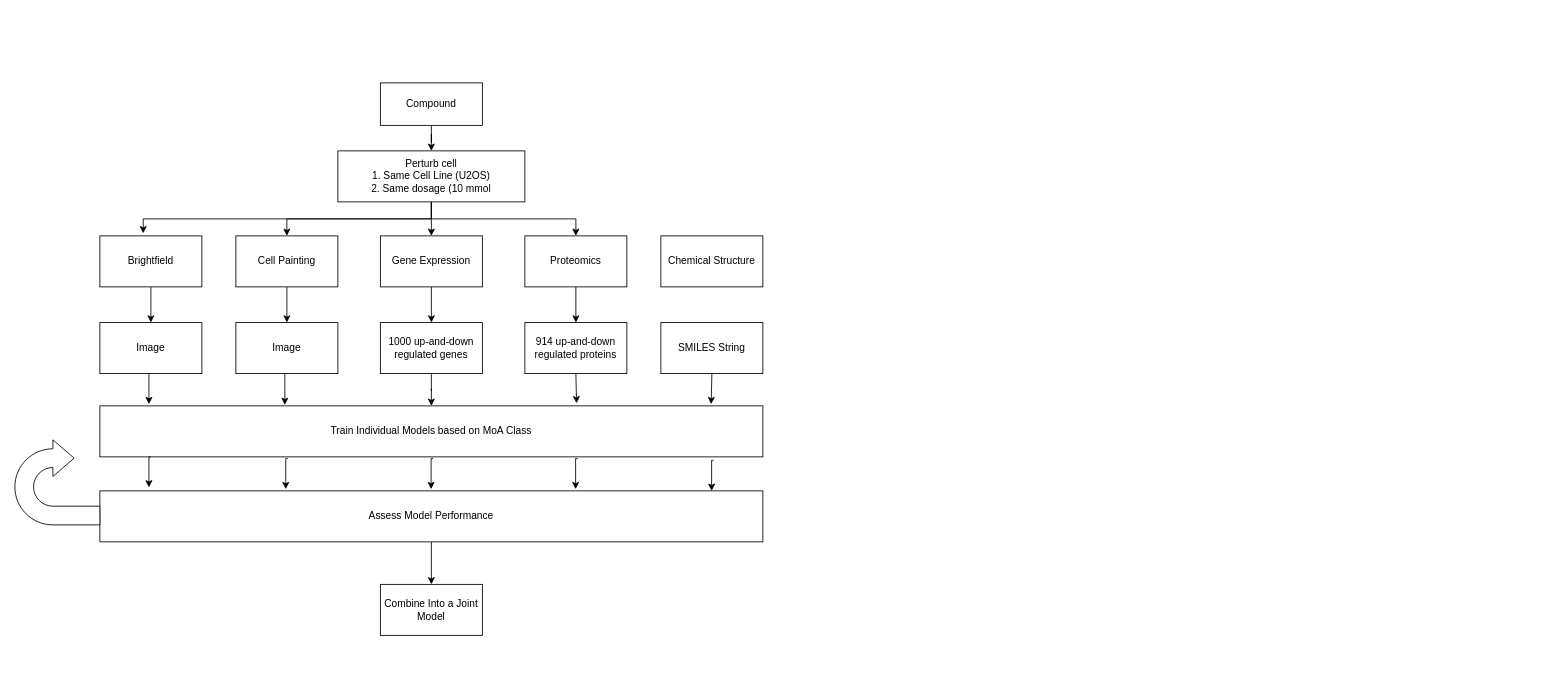
Earlier version of the draw.io diagram Experimental_Set_Up.drawio (sverige16/m_thesis). Source tidied: cells renumbered, new cells numbered last; positions are measured from the earlier drawing's top-left corner, leaving out a move shared by most shapes. Both pictures are drawn from the tidied source at 85%, with x=0, y=0 at pixel (14, 82).
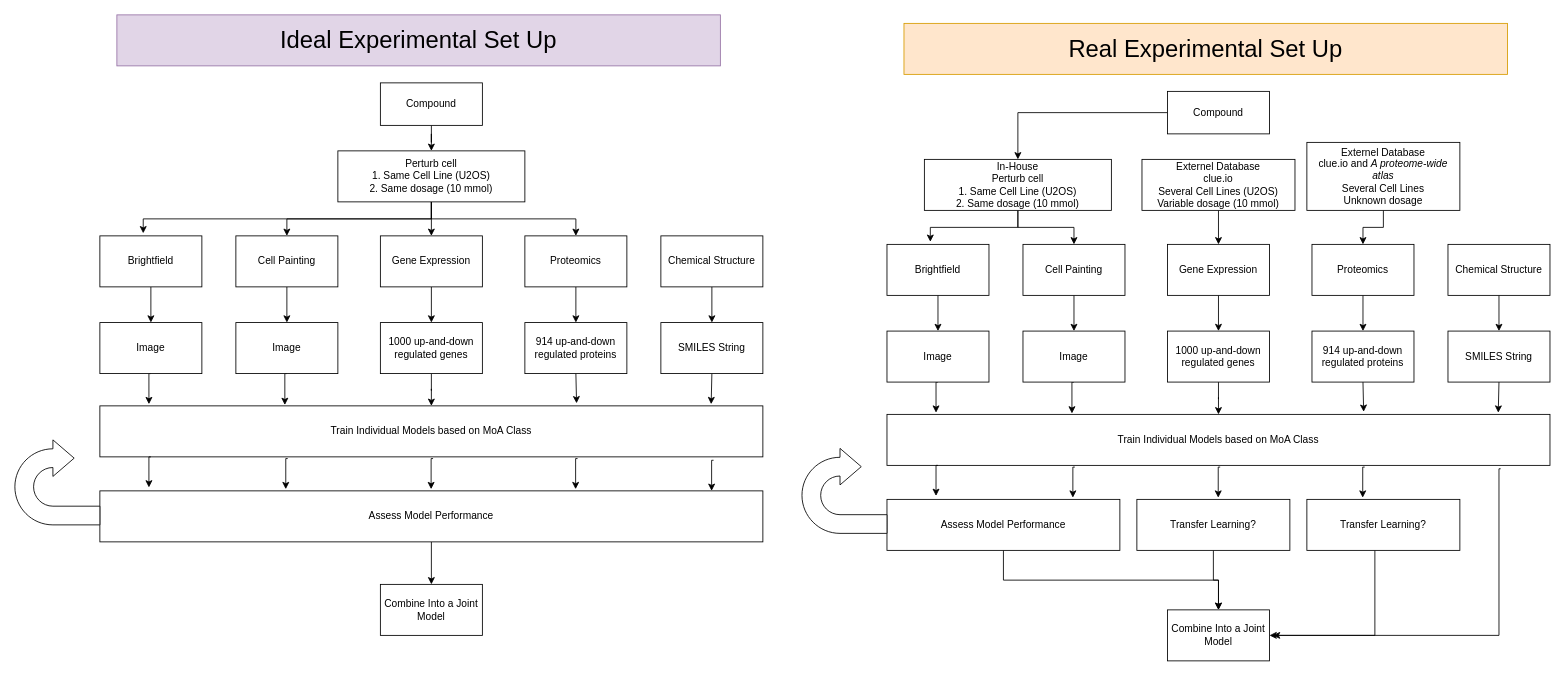
The same diagram, later.

The change refers to these unchanged cells:
```xml
<mxCell id="12" value="Chemical Structure" style="rounded=0;whiteSpace=wrap;html=1;" parent="1" vertex="1">
  <mxGeometry x="760" y="180" width="120" height="60" as="geometry" />
</mxCell>
<mxCell id="27" value="SMILES String" style="rounded=0;whiteSpace=wrap;html=1;" parent="1" vertex="1">
  <mxGeometry x="760" y="282" width="120" height="60" as="geometry" />
</mxCell>
```

The edit, as a diff of the source:
```diff
@@
+    <mxCell id="38" style="edgeStyle=orthogonalEdgeStyle;rounded=0;jettySize=auto;html=1;exitX=0.5;exitY=1;exitDx=0;exitDy=0;entryX=0.5;entryY=0;entryDx=0;entryDy=0;" parent="1" edge="1" source="12" target="27">
+      <mxGeometry relative="1" as="geometry" />
+    </mxCell>
@@
-    <mxCell id="17" value="&lt;div&gt;Perturb cell &lt;br&gt;&lt;/div&gt;&lt;div&gt;1. Same Cell Line (U2OS) &lt;br&gt;&lt;/div&gt;&lt;div&gt;2. Same dosage (10 mmol&lt;br&gt;&lt;/div&gt;" style="rounded=0;whiteSpace=wrap;html=1;" parent="1" vertex="1">
+    <mxCell id="17" value="&lt;div&gt;Perturb cell &lt;br&gt;&lt;/div&gt;&lt;div&gt;1. Same Cell Line (U2OS) &lt;br&gt;&lt;/div&gt;&lt;div&gt;2. Same dosage (10 mmol)&lt;br&gt;&lt;/div&gt;" style="rounded=0;whiteSpace=wrap;html=1;" parent="1" vertex="1">
       <mxGeometry x="380" y="80" width="220" height="60" as="geometry" />
     </mxCell>
@@
+    <mxCell id="39" value="&lt;font style=&quot;font-size: 28px;&quot;&gt;Ideal Experimental Set Up&lt;/font&gt;" style="rounded=0;whiteSpace=wrap;html=1;fillColor=#e1d5e7;strokeColor=#9673a6;" parent="1" vertex="1">
+      <mxGeometry x="120" y="-80" width="710" height="60" as="geometry" />
+    </mxCell>
+    <mxCell id="40" style="edgeStyle=orthogonalEdgeStyle;rounded=0;jettySize=auto;html=1;" parent="1" edge="1" source="41" target="54">
+      <mxGeometry relative="1" as="geometry" />
+    </mxCell>
+    <mxCell id="41" value="Compound" style="rounded=0;whiteSpace=wrap;html=1;" parent="1" vertex="1">
+      <mxGeometry x="1356" y="10" width="120" height="50" as="geometry" />
+    </mxCell>
+    <mxCell id="42" style="edgeStyle=orthogonalEdgeStyle;rounded=0;jettySize=auto;html=1;exitX=0.5;exitY=1;exitDx=0;exitDy=0;entryX=0.5;entryY=0;entryDx=0;entryDy=0;" parent="1" edge="1" source="43" target="56">
+      <mxGeometry relative="1" as="geometry" />
+    </mxCell>
+    <mxCell id="43" value="Brightfield" style="rounded=0;whiteSpace=wrap;html=1;" parent="1" vertex="1">
+      <mxGeometry x="1026" y="190" width="120" height="60" as="geometry" />
+    </mxCell>
+    <mxCell id="44" style="edgeStyle=orthogonalEdgeStyle;rounded=0;jettySize=auto;html=1;" parent="1" edge="1" source="45" target="58">
+      <mxGeometry relative="1" as="geometry" />
+    </mxCell>
+    <mxCell id="45" value="Cell Painting" style="rounded=0;whiteSpace=wrap;html=1;" parent="1" vertex="1">
+      <mxGeometry x="1186" y="190" width="120" height="60" as="geometry" />
+    </mxCell>
+    <mxCell id="46" style="edgeStyle=orthogonalEdgeStyle;rounded=0;jettySize=auto;html=1;" parent="1" edge="1" source="47" target="60">
+      <mxGeometry relative="1" as="geometry" />
+    </mxCell>
+    <mxCell id="47" value="Gene Expression" style="rounded=0;whiteSpace=wrap;html=1;" parent="1" vertex="1">
+      <mxGeometry x="1356" y="190" width="120" height="60" as="geometry" />
+    </mxCell>
+    <mxCell id="48" style="edgeStyle=orthogonalEdgeStyle;rounded=0;jettySize=auto;html=1;" parent="1" edge="1" source="49" target="62">
+      <mxGeometry relative="1" as="geometry" />
+    </mxCell>
+    <mxCell id="49" value="Proteomics" style="rounded=0;whiteSpace=wrap;html=1;" parent="1" vertex="1">
+      <mxGeometry x="1526" y="190" width="120" height="60" as="geometry" />
+    </mxCell>
+    <mxCell id="50" style="edgeStyle=orthogonalEdgeStyle;rounded=0;jettySize=auto;html=1;exitX=0.5;exitY=1;exitDx=0;exitDy=0;entryX=0.5;entryY=0;entryDx=0;entryDy=0;" parent="1" edge="1" source="51" target="64">
+      <mxGeometry relative="1" as="geometry" />
+    </mxCell>
+    <mxCell id="51" value="Chemical Structure" style="rounded=0;whiteSpace=wrap;html=1;" parent="1" vertex="1">
+      <mxGeometry x="1686" y="190" width="120" height="60" as="geometry" />
+    </mxCell>
+    <mxCell id="52" style="edgeStyle=orthogonalEdgeStyle;rounded=0;jettySize=auto;html=1;exitX=0.5;exitY=1;exitDx=0;exitDy=0;entryX=0.5;entryY=0;entryDx=0;entryDy=0;" parent="1" edge="1" source="54" target="45">
+      <mxGeometry relative="1" as="geometry" />
+    </mxCell>
+    <mxCell id="53" style="edgeStyle=orthogonalEdgeStyle;rounded=0;jettySize=auto;html=1;exitX=0.5;exitY=1;exitDx=0;exitDy=0;entryX=0.425;entryY=-0.05;entryDx=0;entryDy=0;entryPerimeter=0;" parent="1" edge="1" source="54" target="43">
+      <mxGeometry relative="1" as="geometry" />
+    </mxCell>
+    <mxCell id="54" value="&lt;div&gt;In-House&lt;br&gt;&lt;/div&gt;&lt;div&gt;Perturb cell &lt;br&gt;&lt;/div&gt;&lt;div&gt;1. Same Cell Line (U2OS) &lt;br&gt;&lt;/div&gt;&lt;div&gt;2. Same dosage (10 mmol)&lt;br&gt;&lt;/div&gt;" style="rounded=0;whiteSpace=wrap;html=1;" parent="1" vertex="1">
+      <mxGeometry x="1070" y="90" width="220" height="60" as="geometry" />
+    </mxCell>
+    <mxCell id="55" style="edgeStyle=orthogonalEdgeStyle;rounded=0;jettySize=auto;html=1;exitX=0.5;exitY=1;exitDx=0;exitDy=0;entryX=0.074;entryY=-0.033;entryDx=0;entryDy=0;entryPerimeter=0;" parent="1" edge="1" source="56" target="66">
+      <mxGeometry relative="1" as="geometry" />
+    </mxCell>
+    <mxCell id="56" value="Image" style="rounded=0;whiteSpace=wrap;html=1;" parent="1" vertex="1">
+      <mxGeometry x="1026" y="292" width="120" height="60" as="geometry" />
+    </mxCell>
+    <mxCell id="57" style="edgeStyle=orthogonalEdgeStyle;rounded=0;jettySize=auto;html=1;exitX=0.5;exitY=1;exitDx=0;exitDy=0;entryX=0.279;entryY=-0.017;entryDx=0;entryDy=0;entryPerimeter=0;" parent="1" edge="1" source="58" target="66">
+      <mxGeometry relative="1" as="geometry" />
+    </mxCell>
+    <mxCell id="58" value="Image" style="rounded=0;whiteSpace=wrap;html=1;" parent="1" vertex="1">
+      <mxGeometry x="1186" y="292" width="120" height="60" as="geometry" />
+    </mxCell>
+    <mxCell id="59" style="edgeStyle=orthogonalEdgeStyle;rounded=0;jettySize=auto;html=1;entryX=0.5;entryY=0;entryDx=0;entryDy=0;" parent="1" edge="1" source="60" target="66">
+      <mxGeometry relative="1" as="geometry" />
+    </mxCell>
+    <mxCell id="60" value="1000 up-and-down regulated genes" style="rounded=0;whiteSpace=wrap;html=1;" parent="1" vertex="1">
+      <mxGeometry x="1356" y="292" width="120" height="60" as="geometry" />
+    </mxCell>
+    <mxCell id="61" style="edgeStyle=orthogonalEdgeStyle;rounded=0;jettySize=auto;html=1;exitX=0.5;exitY=1;exitDx=0;exitDy=0;entryX=0.719;entryY=-0.05;entryDx=0;entryDy=0;entryPerimeter=0;" parent="1" edge="1" source="62" target="66">
+      <mxGeometry relative="1" as="geometry" />
+    </mxCell>
+    <mxCell id="62" value="914 up-and-down regulated proteins" style="rounded=0;whiteSpace=wrap;html=1;" parent="1" vertex="1">
+      <mxGeometry x="1526" y="292" width="120" height="60" as="geometry" />
+    </mxCell>
+    <mxCell id="63" style="edgeStyle=orthogonalEdgeStyle;rounded=0;jettySize=auto;html=1;exitX=0.5;exitY=1;exitDx=0;exitDy=0;entryX=0.922;entryY=-0.033;entryDx=0;entryDy=0;entryPerimeter=0;" parent="1" edge="1" source="64" target="66">
+      <mxGeometry relative="1" as="geometry" />
+    </mxCell>
+    <mxCell id="64" value="SMILES String" style="rounded=0;whiteSpace=wrap;html=1;" parent="1" vertex="1">
+      <mxGeometry x="1686" y="292" width="120" height="60" as="geometry" />
+    </mxCell>
+    <mxCell id="65" value="Combine Into a Joint Model" style="rounded=0;whiteSpace=wrap;html=1;" parent="1" vertex="1">
+      <mxGeometry x="1356" y="620" width="120" height="60" as="geometry" />
+    </mxCell>
+    <mxCell id="66" value="Train Individual Models based on MoA Class" style="rounded=0;whiteSpace=wrap;html=1;" parent="1" vertex="1">
+      <mxGeometry x="1026" y="390" width="780" height="60" as="geometry" />
+    </mxCell>
+    <mxCell id="67" style="edgeStyle=orthogonalEdgeStyle;rounded=0;jettySize=auto;html=1;exitX=0.5;exitY=1;exitDx=0;exitDy=0;entryX=0.5;entryY=0;entryDx=0;entryDy=0;" parent="1" edge="1" source="68" target="65">
+      <mxGeometry relative="1" as="geometry" />
+    </mxCell>
+    <mxCell id="68" value="Assess Model Performance" style="rounded=0;whiteSpace=wrap;html=1;" parent="1" vertex="1">
+      <mxGeometry x="1026" y="490" width="274" height="60" as="geometry" />
+    </mxCell>
+    <mxCell id="69" style="edgeStyle=orthogonalEdgeStyle;rounded=0;orthogonalLoop=1;jettySize=auto;html=1;exitX=0.5;exitY=1;exitDx=0;exitDy=0;entryX=0.074;entryY=-0.033;entryDx=0;entryDy=0;entryPerimeter=0;" parent="1" edge="1">
+      <mxGeometry relative="1" as="geometry">
+        <mxPoint x="1086" y="450" as="sourcePoint" />
+        <mxPoint x="1083.7" y="486" as="targetPoint" />
+      </mxGeometry>
+    </mxCell>
+    <mxCell id="70" style="edgeStyle=orthogonalEdgeStyle;rounded=0;orthogonalLoop=1;jettySize=auto;html=1;exitX=0.5;exitY=1;exitDx=0;exitDy=0;entryX=0.074;entryY=-0.033;entryDx=0;entryDy=0;entryPerimeter=0;" parent="1" edge="1">
+      <mxGeometry relative="1" as="geometry">
+        <mxPoint x="1247" y="452" as="sourcePoint" />
+        <mxPoint x="1244.7" y="488" as="targetPoint" />
+      </mxGeometry>
+    </mxCell>
+    <mxCell id="71" style="edgeStyle=orthogonalEdgeStyle;rounded=0;orthogonalLoop=1;jettySize=auto;html=1;exitX=0.5;exitY=1;exitDx=0;exitDy=0;entryX=0.074;entryY=-0.033;entryDx=0;entryDy=0;entryPerimeter=0;" parent="1" edge="1">
+      <mxGeometry relative="1" as="geometry">
+        <mxPoint x="1418" y="452" as="sourcePoint" />
+        <mxPoint x="1415.7" y="488" as="targetPoint" />
+      </mxGeometry>
+    </mxCell>
+    <mxCell id="72" style="edgeStyle=orthogonalEdgeStyle;rounded=0;orthogonalLoop=1;jettySize=auto;html=1;exitX=0.5;exitY=1;exitDx=0;exitDy=0;entryX=0.074;entryY=-0.033;entryDx=0;entryDy=0;entryPerimeter=0;" parent="1" edge="1">
+      <mxGeometry relative="1" as="geometry">
+        <mxPoint x="1588" y="452" as="sourcePoint" />
+        <mxPoint x="1585.7" y="488" as="targetPoint" />
+      </mxGeometry>
+    </mxCell>
+    <mxCell id="73" style="edgeStyle=orthogonalEdgeStyle;rounded=0;orthogonalLoop=1;jettySize=auto;html=1;exitX=0.5;exitY=1;exitDx=0;exitDy=0;" parent="1" edge="1">
+      <mxGeometry relative="1" as="geometry">
+        <mxPoint x="1748" y="454" as="sourcePoint" />
+        <mxPoint x="1480" y="650" as="targetPoint" />
+        <Array as="points">
+          <mxPoint x="1746" y="454" />
+        </Array>
+      </mxGeometry>
+    </mxCell>
+    <mxCell id="74" style="html=1;shadow=0;dashed=0;align=center;verticalAlign=middle;shape=mxgraph.arrows2.uTurnArrow;dy=11;arrowHead=43;dx2=25;" parent="1" vertex="1">
+      <mxGeometry x="926" y="430" width="100" height="100" as="geometry" />
+    </mxCell>
+    <mxCell id="75" value="&lt;font style=&quot;font-size: 28px;&quot;&gt;Real Experimental Set Up&lt;/font&gt;" style="rounded=0;whiteSpace=wrap;html=1;fillColor=#ffe6cc;strokeColor=#d79b00;" parent="1" vertex="1">
+      <mxGeometry x="1046" y="-70" width="710" height="60" as="geometry" />
+    </mxCell>
+    <mxCell id="76" style="edgeStyle=orthogonalEdgeStyle;rounded=0;jettySize=auto;html=1;fontSize=12;" parent="1" edge="1" source="77" target="47">
+      <mxGeometry relative="1" as="geometry" />
+    </mxCell>
+    <mxCell id="77" value="&lt;div&gt;Externel Database&lt;/div&gt;&lt;div&gt;clue.io&lt;br&gt;&lt;/div&gt;&lt;div&gt;Several Cell Lines (U2OS) &lt;br&gt;&lt;/div&gt;&lt;div&gt;Variable dosage (10 mmol)&lt;br&gt;&lt;/div&gt;" style="rounded=0;whiteSpace=wrap;html=1;" parent="1" vertex="1">
+      <mxGeometry x="1326" y="90" width="180" height="60" as="geometry" />
+    </mxCell>
+    <mxCell id="78" style="edgeStyle=orthogonalEdgeStyle;rounded=0;jettySize=auto;html=1;fontSize=12;" parent="1" edge="1" source="79" target="49">
+      <mxGeometry relative="1" as="geometry" />
+    </mxCell>
+    <mxCell id="79" value="&lt;div&gt;&lt;font style=&quot;font-size: 12px;&quot;&gt;Externel Database&lt;/font&gt;&lt;/div&gt;&lt;div&gt;&lt;font style=&quot;font-size: 12px;&quot;&gt;clue.io and &lt;i&gt;A proteome-wide atlas&lt;/i&gt;&lt;br&gt;&lt;/font&gt;&lt;/div&gt;&lt;div&gt;&lt;font style=&quot;font-size: 12px;&quot;&gt;Several Cell Lines &lt;br&gt;&lt;/font&gt;&lt;/div&gt;&lt;div&gt;&lt;font style=&quot;font-size: 12px;&quot;&gt;Unknown dosage&lt;br&gt;&lt;/font&gt;&lt;/div&gt;" style="rounded=0;whiteSpace=wrap;html=1;" parent="1" vertex="1">
+      <mxGeometry x="1520" y="70" width="180" height="80" as="geometry" />
+    </mxCell>
+    <mxCell id="80" style="edgeStyle=orthogonalEdgeStyle;rounded=0;jettySize=auto;html=1;exitX=0.5;exitY=1;exitDx=0;exitDy=0;entryX=0.5;entryY=0;entryDx=0;entryDy=0;fontSize=12;" parent="1" edge="1" source="81" target="65">
+      <mxGeometry relative="1" as="geometry" />
+    </mxCell>
+    <mxCell id="81" value="Transfer Learning?" style="rounded=0;whiteSpace=wrap;html=1;" parent="1" vertex="1">
+      <mxGeometry x="1320" y="490" width="180" height="60" as="geometry" />
+    </mxCell>
+    <mxCell id="82" style="edgeStyle=orthogonalEdgeStyle;rounded=0;jettySize=auto;html=1;entryX=1;entryY=0.5;entryDx=0;entryDy=0;fontSize=12;" parent="1" edge="1" source="83" target="65">
+      <mxGeometry relative="1" as="geometry">
+        <Array as="points">
+          <mxPoint x="1600" y="650" />
+        </Array>
+      </mxGeometry>
+    </mxCell>
+    <mxCell id="83" value="Transfer Learning?" style="rounded=0;whiteSpace=wrap;html=1;" parent="1" vertex="1">
+      <mxGeometry x="1520" y="490" width="180" height="60" as="geometry" />
+    </mxCell>
```
